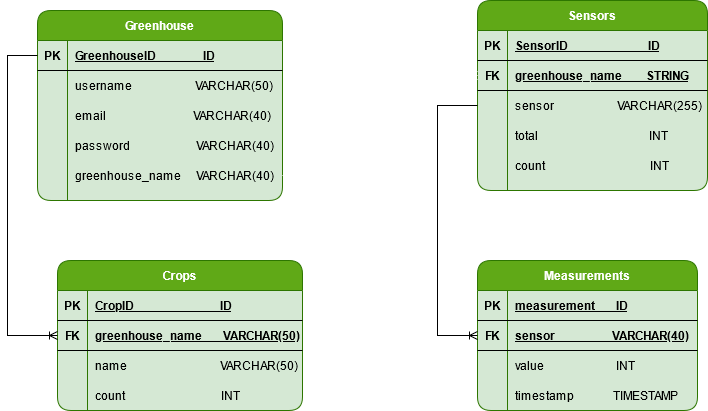
Before: ER Diagram(IoT).png, a diagram exported from draw.io (Cybernadero/ER). Source tidied: cells renumbered, new cells last; positions are measured from the earlier drawing's top-left corner, leaving out a move shared by most shapes.
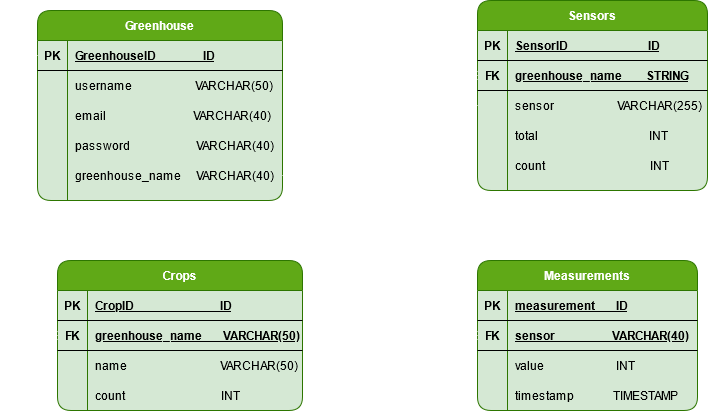
After the commit.

The edit, as a diff of the source:
```diff
@@ -89,7 +89,7 @@
     <mxCell id="30" value="count                                INT" style="shape=partialRectangle;fillColor=none;top=0;left=0;bottom=0;right=0;align=left;spacingLeft=6;overflow=hidden;" parent="28" vertex="1">
       <mxGeometry x="30" width="215" height="30" as="geometry" />
     </mxCell>
-    <mxCell id="31" style="edgeStyle=orthogonalEdgeStyle;rounded=0;jettySize=auto;html=1;exitX=0;exitY=0.5;exitDx=0;exitDy=0;entryX=0;entryY=0.5;entryDx=0;entryDy=0;endArrow=ERoneToMany;endFill=0;" parent="1" edge="1" source="3" target="22">
+    <mxCell id="31" style="edgeStyle=orthogonalEdgeStyle;rounded=0;jettySize=auto;html=1;exitX=0;exitY=0.5;exitDx=0;exitDy=0;entryX=0;entryY=0.5;entryDx=0;entryDy=0;endArrow=ERoneToMany;endFill=0;strokeColor=#FFFFFF;" parent="1" edge="1" source="3" target="22">
       <mxGeometry relative="1" as="geometry">
         <Array as="points">
           <mxPoint y="55" />
@@ -187,7 +187,7 @@
     <mxCell id="61" style="edgeStyle=orthogonalEdgeStyle;rounded=0;jettySize=auto;html=1;entryX=0;entryY=0.5;entryDx=0;entryDy=0;endArrow=ERoneToMany;endFill=0;strokeColor=#FFFFFF;" parent="1" edge="1" source="15" target="36">
       <mxGeometry relative="1" as="geometry" />
     </mxCell>
-    <mxCell id="62" style="edgeStyle=orthogonalEdgeStyle;rounded=0;jettySize=auto;html=1;entryX=0;entryY=0.5;entryDx=0;entryDy=0;endArrow=ERoneToMany;endFill=0;" parent="1" edge="1" source="39" target="52">
+    <mxCell id="62" style="edgeStyle=orthogonalEdgeStyle;rounded=0;jettySize=auto;html=1;entryX=0;entryY=0.5;entryDx=0;entryDy=0;endArrow=ERoneToMany;endFill=0;strokeColor=#FFFFFF;" parent="1" edge="1" source="39" target="52">
       <mxGeometry relative="1" as="geometry">
         <Array as="points">
           <mxPoint x="430" y="105" />
```
